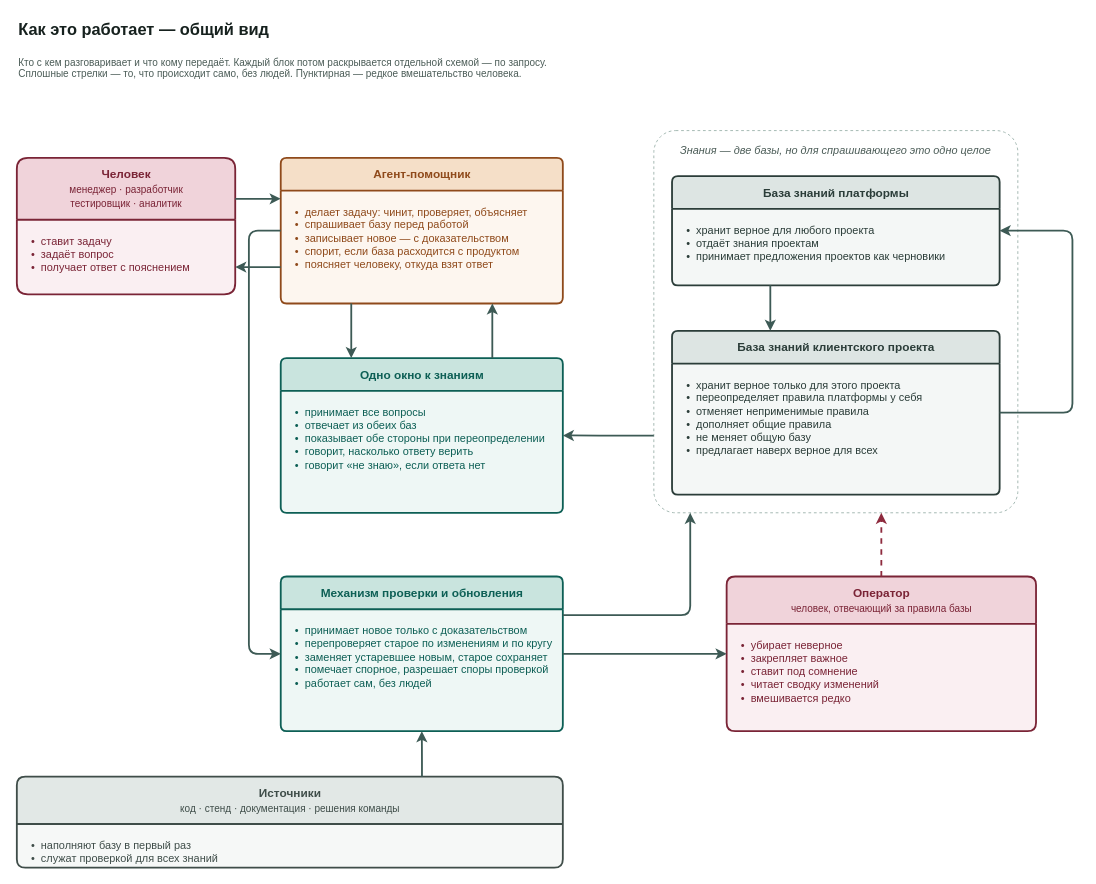
Above: docs/adr/adr-knowledge-base-v3-overview.drawio in VirtoCommerce/ai-tools (draw.io), before the change. Source tidied: cells renumbered, new cells numbered last; positions are measured from the earlier drawing's top-left corner, leaving out a move shared by most shapes. Both pictures are drawn from the tidied source at 91%, with x=0, y=0 at pixel (16, 15).
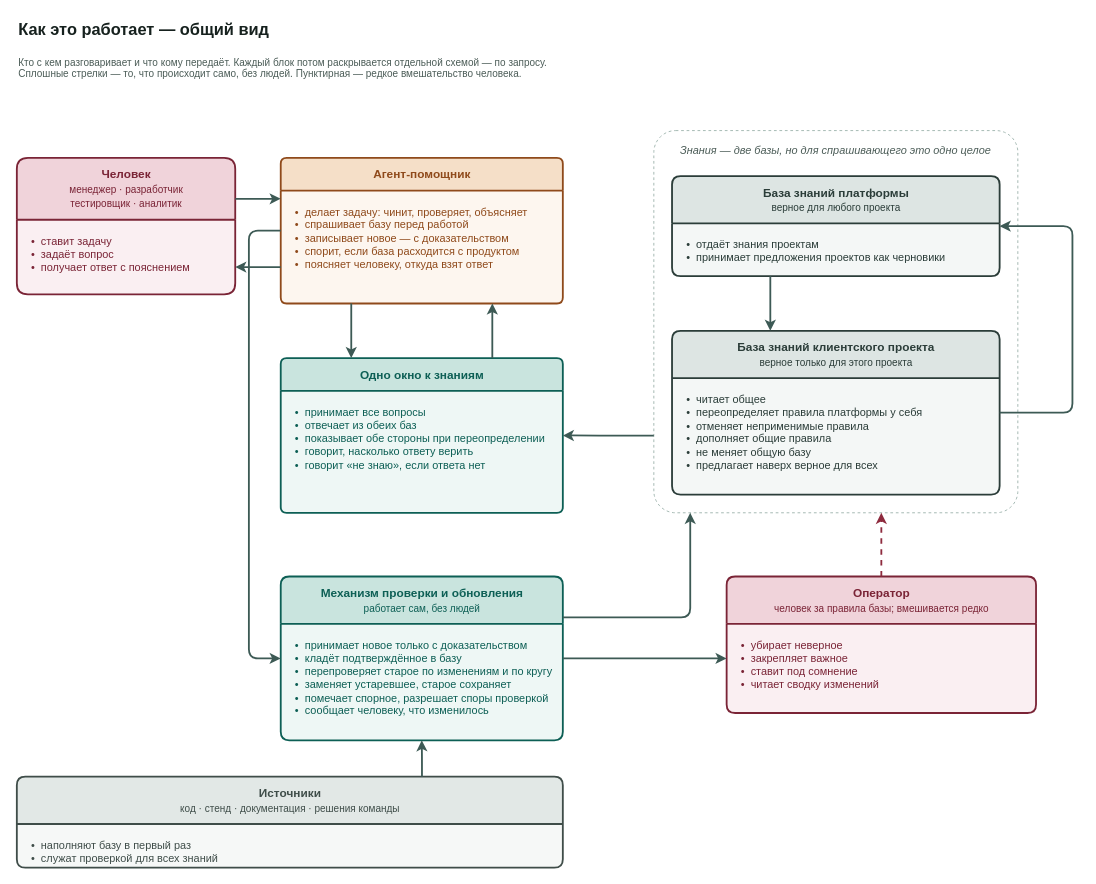
Above is the later version.

Commit message (it also covers changes not shown here):
docs(adr): kb v3 — у каждой стрелки есть названная функция (VCST-5776)

The change refers to these unchanged cells:
```xml
<mxCell id="6" value="Агент-помощник" style="swimlane;html=1;rounded=1;arcSize=6;startSize=36;horizontal=1;fillColor=#f5dfc8;swimlaneFillColor=#fdf6ef;strokeColor=#8f4a1b;fontColor=#8f4a1b;fontSize=13;fontStyle=1;align=center;verticalAlign=middle;strokeWidth=2;fontFamily=Helvetica;" parent="1" vertex="1">
  <mxGeometry x="290" y="156" width="310" height="160" as="geometry" />
</mxCell>
<mxCell id="10" value="Знания — две базы, но для спрашивающего это одно целое" style="rounded=1;arcSize=6;whiteSpace=wrap;html=1;fillColor=none;strokeColor=#9db3ad;dashed=1;verticalAlign=top;align=center;spacingTop=8;fontColor=#4b5c57;fontStyle=2;fontSize=12;fontFamily=Helvetica;" parent="1" vertex="1">
  <mxGeometry x="700" y="126" width="400" height="420" as="geometry" />
</mxCell>
```

What changed in the source:
```diff
@@
-    <mxCell id="11" value="База знаний платформы" style="swimlane;html=1;rounded=1;arcSize=6;startSize=36;horizontal=1;fillColor=#dde5e3;swimlaneFillColor=#f4f7f6;strokeColor=#2b3d39;fontColor=#2b3d39;fontSize=13;fontStyle=1;align=center;verticalAlign=middle;strokeWidth=2;fontFamily=Helvetica;" parent="1" vertex="1">
-      <mxGeometry x="720" y="176" width="360" height="120" as="geometry" />
+    <mxCell id="11" value="База знаний платформы&lt;br&gt;&lt;span style=&quot;font-size:11px;font-weight:normal&quot;&gt;верное для любого проекта&lt;/span&gt;" style="swimlane;html=1;rounded=1;arcSize=6;startSize=52;horizontal=1;fillColor=#dde5e3;swimlaneFillColor=#f4f7f6;strokeColor=#2b3d39;fontColor=#2b3d39;fontSize=13;fontStyle=1;align=center;verticalAlign=middle;strokeWidth=2;fontFamily=Helvetica;" parent="1" vertex="1">
+      <mxGeometry x="720" y="176" width="360" height="110" as="geometry" />
     </mxCell>
-    <mxCell id="12" value="•&amp;nbsp; хранит верное для любого проекта&lt;br&gt;•&amp;nbsp; отдаёт знания проектам&lt;br&gt;•&amp;nbsp; принимает предложения проектов как черновики" style="text;html=1;align=left;verticalAlign=top;whiteSpace=wrap;spacingLeft=14;spacingTop=10;spacingRight=10;fontSize=12;fontColor=#2b3d39;fontFamily=Helvetica;" parent="11" vertex="1">
-      <mxGeometry y="36" width="360" height="84" as="geometry" />
+    <mxCell id="12" value="•&amp;nbsp; отдаёт знания проектам&lt;br&gt;•&amp;nbsp; принимает предложения проектов как черновики" style="text;html=1;align=left;verticalAlign=top;whiteSpace=wrap;spacingLeft=14;spacingTop=10;spacingRight=10;fontSize=12;fontColor=#2b3d39;fontFamily=Helvetica;" parent="11" vertex="1">
+      <mxGeometry y="52" width="360" height="58" as="geometry" />
     </mxCell>
-    <mxCell id="13" value="База знаний клиентского проекта" style="swimlane;html=1;rounded=1;arcSize=6;startSize=36;horizontal=1;fillColor=#dde5e3;swimlaneFillColor=#f4f7f6;strokeColor=#2b3d39;fontColor=#2b3d39;fontSize=13;fontStyle=1;align=center;verticalAlign=middle;strokeWidth=2;fontFamily=Helvetica;" parent="1" vertex="1">
+    <mxCell id="13" value="База знаний клиентского проекта&lt;br&gt;&lt;span style=&quot;font-size:11px;font-weight:normal&quot;&gt;верное только для этого проекта&lt;/span&gt;" style="swimlane;html=1;rounded=1;arcSize=6;startSize=52;horizontal=1;fillColor=#dde5e3;swimlaneFillColor=#f4f7f6;strokeColor=#2b3d39;fontColor=#2b3d39;fontSize=13;fontStyle=1;align=center;verticalAlign=middle;strokeWidth=2;fontFamily=Helvetica;" parent="1" vertex="1">
       <mxGeometry x="720" y="346" width="360" height="180" as="geometry" />
     </mxCell>
-    <mxCell id="14" value="•&amp;nbsp; хранит верное только для этого проекта&lt;br&gt;•&amp;nbsp; переопределяет правила платформы у себя&lt;br&gt;•&amp;nbsp; отменяет неприменимые правила&lt;br&gt;•&amp;nbsp; дополняет общие правила&lt;br&gt;•&amp;nbsp; не меняет общую базу&lt;br&gt;•&amp;nbsp; предлагает наверх верное для всех" style="text;html=1;align=left;verticalAlign=top;whiteSpace=wrap;spacingLeft=14;spacingTop=10;spacingRight=10;fontSize=12;fontColor=#2b3d39;fontFamily=Helvetica;" parent="13" vertex="1">
-      <mxGeometry y="36" width="360" height="144" as="geometry" />
+    <mxCell id="14" value="•&amp;nbsp; читает общее&lt;br&gt;•&amp;nbsp; переопределяет правила платформы у себя&lt;br&gt;•&amp;nbsp; отменяет неприменимые правила&lt;br&gt;•&amp;nbsp; дополняет общие правила&lt;br&gt;•&amp;nbsp; не меняет общую базу&lt;br&gt;•&amp;nbsp; предлагает наверх верное для всех" style="text;html=1;align=left;verticalAlign=top;whiteSpace=wrap;spacingLeft=14;spacingTop=10;spacingRight=10;fontSize=12;fontColor=#2b3d39;fontFamily=Helvetica;" parent="13" vertex="1">
+      <mxGeometry y="52" width="360" height="128" as="geometry" />
     </mxCell>
-    <mxCell id="15" value="Механизм проверки и обновления" style="swimlane;html=1;rounded=1;arcSize=6;startSize=36;horizontal=1;fillColor=#c9e4de;swimlaneFillColor=#eef7f5;strokeColor=#0d5f55;fontColor=#0d5f55;fontSize=13;fontStyle=1;align=center;verticalAlign=middle;strokeWidth=2;fontFamily=Helvetica;" parent="1" vertex="1">
-      <mxGeometry x="290" y="616" width="310" height="170" as="geometry" />
+    <mxCell id="15" value="Механизм проверки и обновления&lt;br&gt;&lt;span style=&quot;font-size:11px;font-weight:normal&quot;&gt;работает сам, без людей&lt;/span&gt;" style="swimlane;html=1;rounded=1;arcSize=6;startSize=52;horizontal=1;fillColor=#c9e4de;swimlaneFillColor=#eef7f5;strokeColor=#0d5f55;fontColor=#0d5f55;fontSize=13;fontStyle=1;align=center;verticalAlign=middle;strokeWidth=2;fontFamily=Helvetica;" parent="1" vertex="1">
+      <mxGeometry x="290" y="616" width="310" height="180" as="geometry" />
     </mxCell>
-    <mxCell id="16" value="•&amp;nbsp; принимает новое только с доказательством&lt;br&gt;•&amp;nbsp; перепроверяет старое по изменениям и по кругу&lt;br&gt;•&amp;nbsp; заменяет устаревшее новым, старое сохраняет&lt;br&gt;•&amp;nbsp; помечает спорное, разрешает споры проверкой&lt;br&gt;•&amp;nbsp; работает сам, без людей" style="text;html=1;align=left;verticalAlign=top;whiteSpace=wrap;spacingLeft=14;spacingTop=10;spacingRight=10;fontSize=12;fontColor=#0d5f55;fontFamily=Helvetica;" parent="15" vertex="1">
-      <mxGeometry y="36" width="310" height="134" as="geometry" />
+    <mxCell id="16" value="•&amp;nbsp; принимает новое только с доказательством&lt;br&gt;•&amp;nbsp; кладёт подтверждённое в базу&lt;br&gt;•&amp;nbsp; перепроверяет старое по изменениям и по кругу&lt;br&gt;•&amp;nbsp; заменяет устаревшее, старое сохраняет&lt;br&gt;•&amp;nbsp; помечает спорное, разрешает споры проверкой&lt;br&gt;•&amp;nbsp; сообщает человеку, что изменилось" style="text;html=1;align=left;verticalAlign=top;whiteSpace=wrap;spacingLeft=14;spacingTop=10;spacingRight=10;fontSize=12;fontColor=#0d5f55;fontFamily=Helvetica;" parent="15" vertex="1">
+      <mxGeometry y="52" width="310" height="128" as="geometry" />
     </mxCell>
-    <mxCell id="17" value="Оператор&lt;br&gt;&lt;span style=&quot;font-size:11px;font-weight:normal&quot;&gt;человек, отвечающий за правила базы&lt;/span&gt;" style="swimlane;html=1;rounded=1;arcSize=6;startSize=52;horizontal=1;fillColor=#f0d3da;swimlaneFillColor=#faeff2;strokeColor=#7a2436;fontColor=#7a2436;fontSize=13;fontStyle=1;align=center;verticalAlign=middle;strokeWidth=2;fontFamily=Helvetica;" parent="1" vertex="1">
-      <mxGeometry x="780" y="616" width="340" height="170" as="geometry" />
+    <mxCell id="17" value="Оператор&lt;br&gt;&lt;span style=&quot;font-size:11px;font-weight:normal&quot;&gt;человек за правила базы; вмешивается редко&lt;/span&gt;" style="swimlane;html=1;rounded=1;arcSize=6;startSize=52;horizontal=1;fillColor=#f0d3da;swimlaneFillColor=#faeff2;strokeColor=#7a2436;fontColor=#7a2436;fontSize=13;fontStyle=1;align=center;verticalAlign=middle;strokeWidth=2;fontFamily=Helvetica;" parent="1" vertex="1">
+      <mxGeometry x="780" y="616" width="340" height="150" as="geometry" />
     </mxCell>
-    <mxCell id="18" value="•&amp;nbsp; убирает неверное&lt;br&gt;•&amp;nbsp; закрепляет важное&lt;br&gt;•&amp;nbsp; ставит под сомнение&lt;br&gt;•&amp;nbsp; читает сводку изменений&lt;br&gt;•&amp;nbsp; вмешивается редко" style="text;html=1;align=left;verticalAlign=top;whiteSpace=wrap;spacingLeft=14;spacingTop=10;spacingRight=10;fontSize=12;fontColor=#7a2436;fontFamily=Helvetica;" parent="17" vertex="1">
-      <mxGeometry y="52" width="340" height="118" as="geometry" />
+    <mxCell id="18" value="•&amp;nbsp; убирает неверное&lt;br&gt;•&amp;nbsp; закрепляет важное&lt;br&gt;•&amp;nbsp; ставит под сомнение&lt;br&gt;•&amp;nbsp; читает сводку изменений" style="text;html=1;align=left;verticalAlign=top;whiteSpace=wrap;spacingLeft=14;spacingTop=10;spacingRight=10;fontSize=12;fontColor=#7a2436;fontFamily=Helvetica;" parent="17" vertex="1">
+      <mxGeometry y="52" width="340" height="98" as="geometry" />
     </mxCell>
@@
     <mxCell id="26" style="edgeStyle=orthogonalEdgeStyle;rounded=1;html=1;labelBackgroundColor=#ffffff;fontSize=12;strokeWidth=2;strokeColor=#3d5a55;fontColor=#2f3a37;fontFamily=Helvetica;exitX=0;exitY=0.5;exitDx=0;exitDy=0;entryX=0;entryY=0.5;entryDx=0;entryDy=0;" parent="1" edge="1" source="6" target="15">
       <mxGeometry relative="1" as="geometry">
         <Array as="points">
           <mxPoint x="255" y="236" />
-          <mxPoint x="255" y="701" />
+          <mxPoint x="255" y="706" />
         </Array>
       </mxGeometry>
     </mxCell>
     <mxCell id="27" style="edgeStyle=orthogonalEdgeStyle;rounded=1;html=1;labelBackgroundColor=#ffffff;fontSize=12;strokeWidth=2;strokeColor=#3d5a55;fontColor=#2f3a37;fontFamily=Helvetica;exitX=1;exitY=0.25;exitDx=0;exitDy=0;entryX=0.1;entryY=1;entryDx=0;entryDy=0;" parent="1" edge="1" source="15" target="10">
       <mxGeometry relative="1" as="geometry">
         <Array as="points">
-          <mxPoint x="740" y="658" />
+          <mxPoint x="740" y="661" />
         </Array>
       </mxGeometry>
     </mxCell>
@@
-    <mxCell id="29" style="edgeStyle=orthogonalEdgeStyle;rounded=1;html=1;labelBackgroundColor=#ffffff;fontSize=12;strokeWidth=2;strokeColor=#3d5a55;fontColor=#2f3a37;fontFamily=Helvetica;exitX=1;exitY=0.5;exitDx=0;exitDy=0;entryX=0;entryY=0.5;entryDx=0;entryDy=0;" parent="1" edge="1" source="15" target="17">
+    <mxCell id="29" style="edgeStyle=orthogonalEdgeStyle;rounded=1;html=1;labelBackgroundColor=#ffffff;fontSize=12;strokeWidth=2;strokeColor=#3d5a55;fontColor=#2f3a37;fontFamily=Helvetica;exitX=1;exitY=0.5;exitDx=0;exitDy=0;entryX=0;entryY=0.6;entryDx=0;entryDy=0;" parent="1" edge="1" source="15" target="17">
       <mxGeometry relative="1" as="geometry" />
     </mxCell>
@@
     <mxCell id="31" style="edgeStyle=orthogonalEdgeStyle;rounded=1;html=1;labelBackgroundColor=#ffffff;fontSize=12;strokeWidth=2;strokeColor=#3d5a55;fontColor=#2f3a37;fontFamily=Helvetica;exitX=1;exitY=0.5;exitDx=0;exitDy=0;entryX=1;entryY=0.5;entryDx=0;entryDy=0;" parent="1" edge="1" source="13" target="11">
       <mxGeometry relative="1" as="geometry">
         <Array as="points">
           <mxPoint x="1160" y="436" />
-          <mxPoint x="1160" y="236" />
+          <mxPoint x="1160" y="231" />
         </Array>
       </mxGeometry>
     </mxCell>
```
